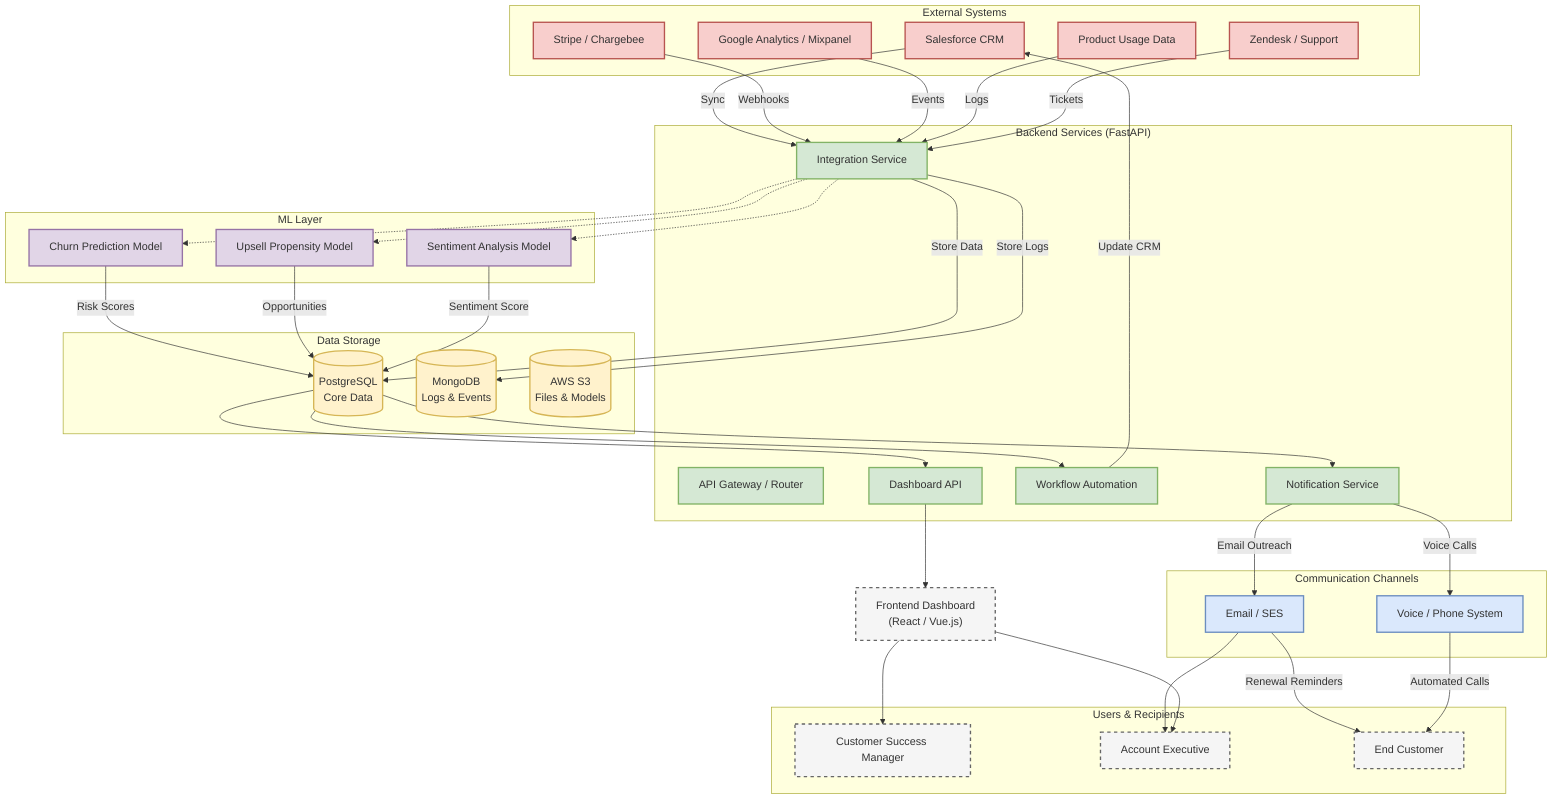
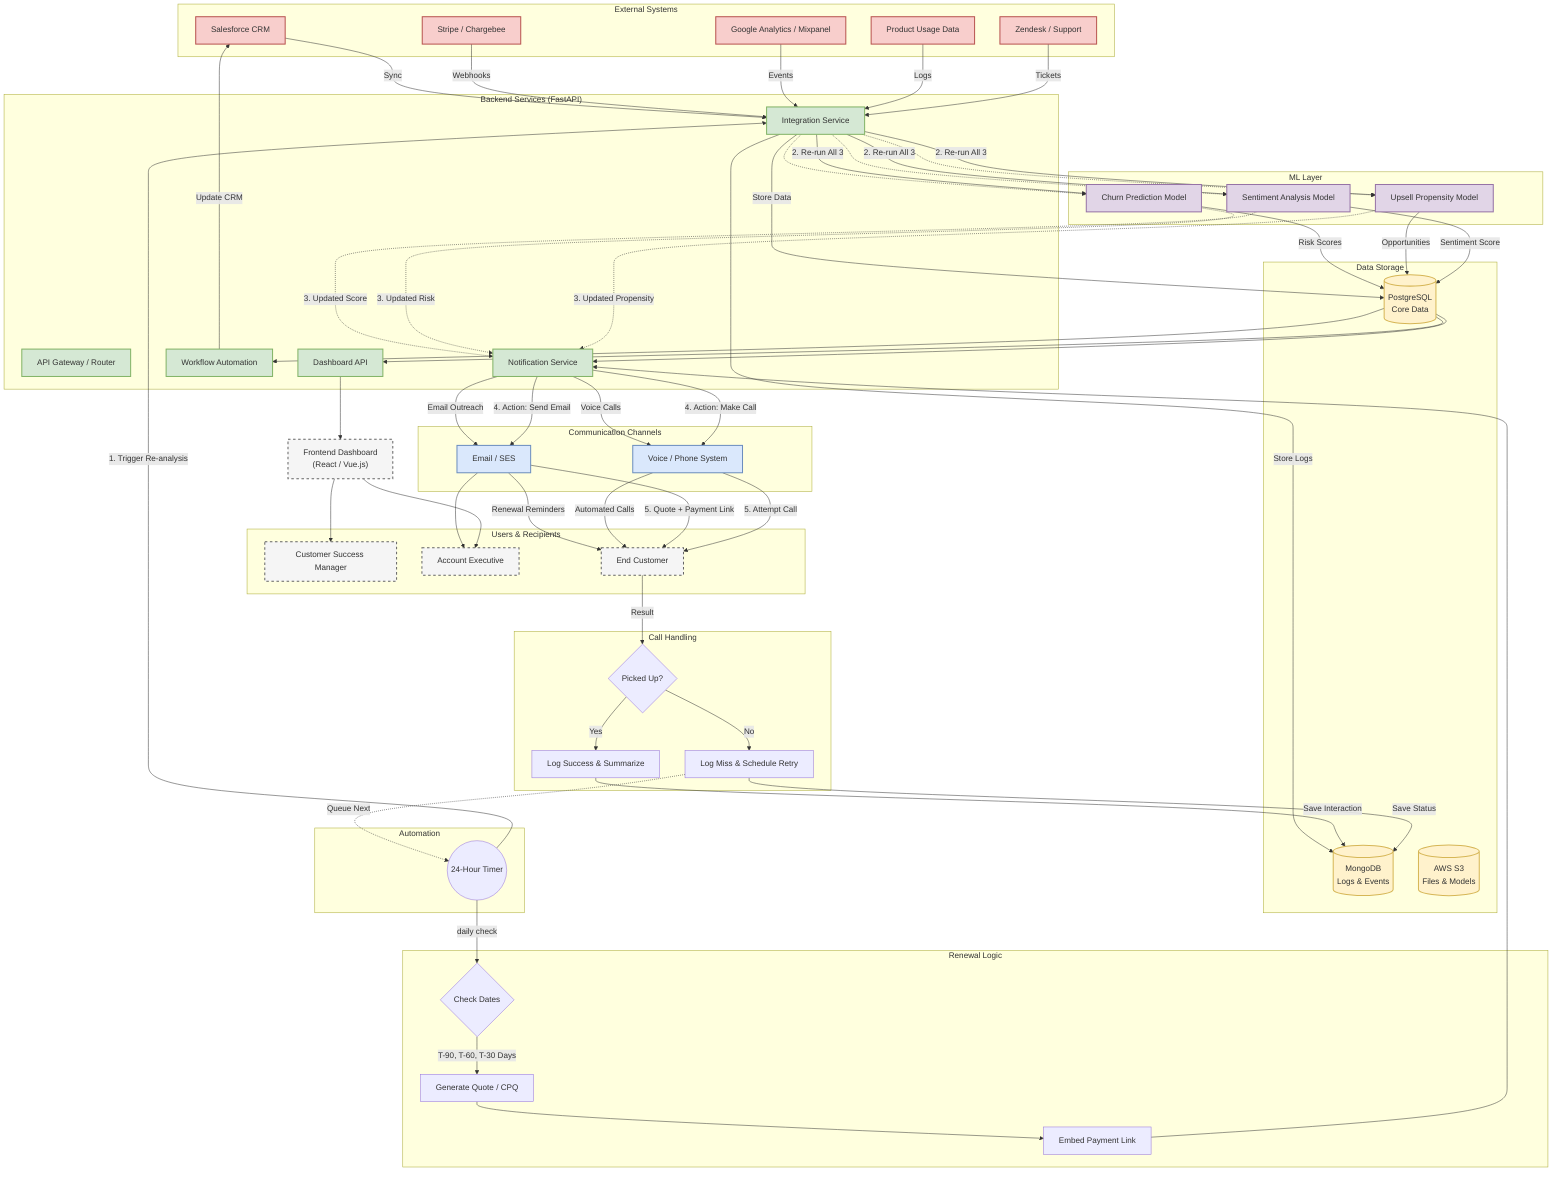
graph TB
    subgraph "External Systems"
        Salesforce[Salesforce CRM]
        Stripe[Stripe / Chargebee]
        Analytics[Google Analytics / Mixpanel]
        Usage[Product Usage Data]
        Support[Zendesk / Support]
    end

    subgraph "Backend Services (FastAPI)"
        API_GW[API Gateway / Router]
        IntegrationService[Integration Service]
        NotificationService[Notification Service]
        WorkflowService[Workflow Automation]
        DashboardAPI[Dashboard API]
    end

    subgraph "ML Layer"
        ML_Model_Churn[Churn Prediction Model]
        ML_Model_Upsell[Upsell Propensity Model]
        ML_Model_Sentiment[Sentiment Analysis Model]
    end

    subgraph "Data Storage"
        Postgres[(PostgreSQL<br/>Core Data)]
        MongoDB[(MongoDB<br/>Logs & Events)]
        S3[(AWS S3<br/>Files & Models)]
    end

    subgraph "Communication Channels"
        EmailSystem[Email / SES]
        VoiceSystem[Voice / Phone System]
    end

    subgraph "Users & Recipients"
        CSM[Customer Success Manager]
        AE[Account Executive]
        Customer[End Customer]
    end

    %% Data Ingestion Flows
    Salesforce -->|Sync| IntegrationService
    Stripe -->|Webhooks| IntegrationService
    Analytics -->|Events| IntegrationService
    Usage -->|Logs| IntegrationService
    Support -->|Tickets| IntegrationService

    IntegrationService -->|Store Data| Postgres
    IntegrationService -->|Store Logs| MongoDB

    %% ML Processing (Direct Call or Async Background Task)
    IntegrationService -.-> ML_Model_Churn
    IntegrationService -.-> ML_Model_Upsell
    IntegrationService -.-> ML_Model_Sentiment

    ML_Model_Churn -->|Risk Scores| Postgres
    ML_Model_Upsell -->|Opportunities| Postgres
    ML_Model_Sentiment -->|Sentiment Score| Postgres

    %% Logic & Notifications
    Postgres --> NotificationService

    NotificationService -->|Email Outreach| EmailSystem
    NotificationService -->|Voice Calls| VoiceSystem

    %% Detailed Notification Flow
    EmailSystem --> AE
    EmailSystem -->|Renewal Reminders| Customer
    VoiceSystem -->|Automated Calls| Customer

    %% Workflow & Dashboard
    Postgres --> WorkflowService
    WorkflowService -->|Update CRM| Salesforce

    Postgres --> DashboardAPI
    DashboardAPI --> Frontend["Frontend Dashboard<br/>(React / Vue.js)"]
    Frontend --> CSM
    Frontend --> AE

+     %% 24-Hour Analysis Loop & Yagna-style Triggers
+     subgraph "Automation"
+         Scheduler((24-Hour Timer))
+     end
+ 
+     Scheduler -->|1. Trigger Re-analysis| IntegrationService
+     IntegrationService -->|2. Re-run All 3| ML_Model_Sentiment
+     IntegrationService -->|2. Re-run All 3| ML_Model_Churn
+     IntegrationService -->|2. Re-run All 3| ML_Model_Upsell
+ 
+     %% Yagna-Style Notification Logic
+     subgraph "Renewal Logic"
+         CheckDates{Check Dates}
+         GenerateQuote[Generate Quote / CPQ]
+         PaymentLink[Embed Payment Link]
+     end
+ 
+     Scheduler -->|daily check| CheckDates
+     CheckDates -->|T-90, T-60, T-30 Days| GenerateQuote
+     GenerateQuote --> PaymentLink
+     PaymentLink --> NotificationService
+ 
+     ML_Model_Sentiment -.->|3. Updated Score| NotificationService
+     ML_Model_Churn -.->|3. Updated Risk| NotificationService
+     ML_Model_Upsell -.->|3. Updated Propensity| NotificationService
+ 
+     NotificationService -->|4. Action: Send Email| EmailSystem
+     NotificationService -->|4. Action: Make Call| VoiceSystem
+ 
+     EmailSystem -->|5. Quote + Payment Link| Customer
+     VoiceSystem -->|5. Attempt Call| Customer
+ 
+     %% Call Outcome Logic
+     subgraph "Call Handling"
+         CallStatus{Picked Up?}
+         LogSuccess[Log Success & Summarize]
+         LogRetry[Log Miss & Schedule Retry]
+     end
+ 
+     Customer -->|Result| CallStatus
+     CallStatus -->|Yes| LogSuccess
+     CallStatus -->|No| LogRetry
+ 
+     LogSuccess -->|Save Interaction| MongoDB
+     LogRetry -->|Save Status| MongoDB
+     LogRetry -.->|Queue Next| Scheduler
+ 
    %% Styling
    classDef external fill:#f8cecc,stroke:#b85450,stroke-width:2px;
    classDef backend fill:#d5e8d4,stroke:#82b366,stroke-width:2px;
    classDef ml fill:#e1d5e7,stroke:#9673a6,stroke-width:2px;
    classDef storage fill:#fff2cc,stroke:#d6b656,stroke-width:2px;
    classDef comms fill:#dae8fc,stroke:#6c8ebf,stroke-width:2px;
    classDef users fill:#f5f5f5,stroke:#666666,stroke-width:2px,stroke-dasharray: 5 5;

    class Salesforce,Stripe,Analytics,Usage,Support external;
    class API_GW,IntegrationService,NotificationService,WorkflowService,DashboardAPI backend;
    class ML_Model_Churn,ML_Model_Upsell,ML_Model_Sentiment ml;
    class Postgres,MongoDB,S3 storage;
    class EmailSystem,VoiceSystem comms;
    class CSM,AE,Customer,Frontend users;
